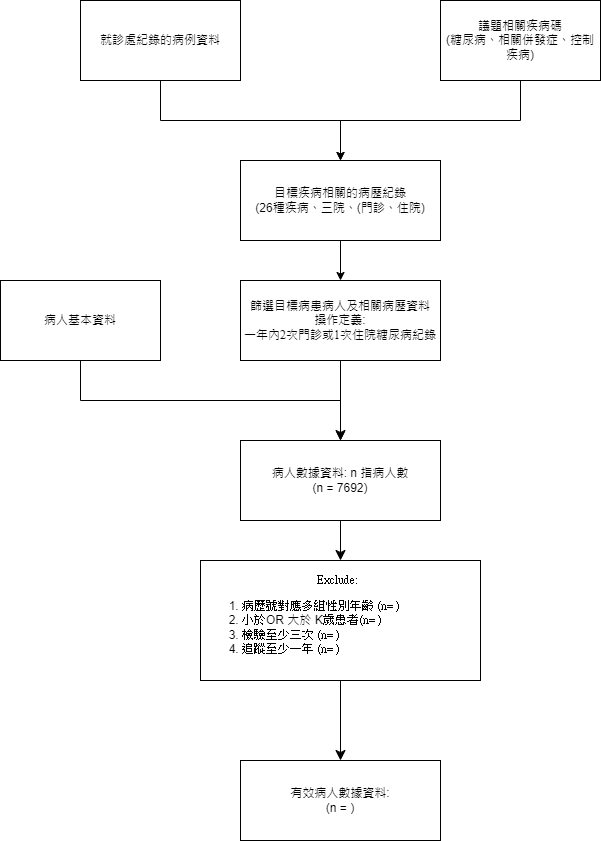
This is 分析/get_data.drawio.png from VinceOY/Disease_analysis, a draw.io export, as it was before one commit. Source tidied: cells renumbered, new cells last; positions are measured from the earlier drawing's top-left corner, leaving out a move shared by most shapes.
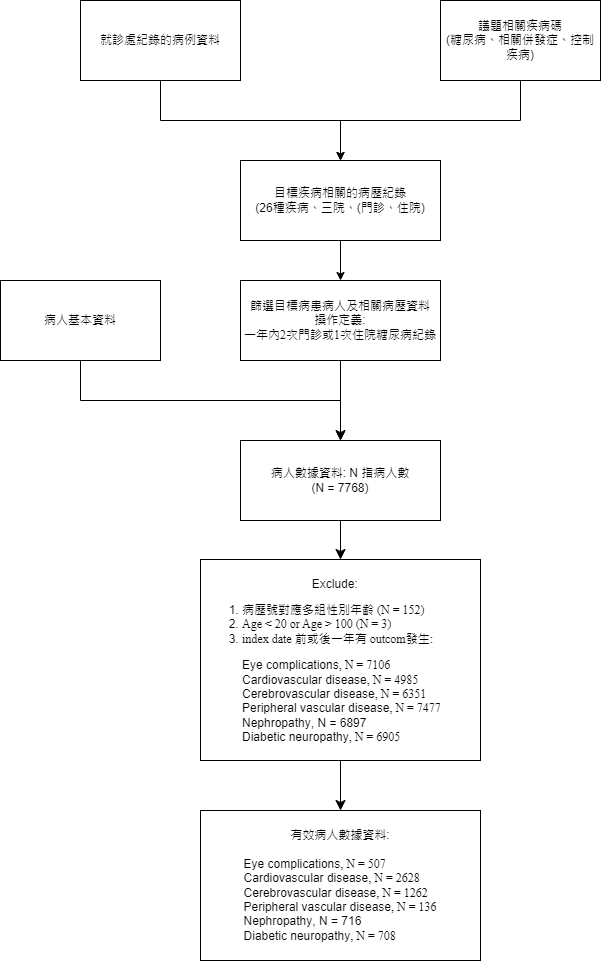
Later version of the same file.

The edit, as a diff of the source:
```diff
@@ -17,7 +17,7 @@
     <mxCell id="6" style="edgeStyle=none;curved=1;rounded=0;jettySize=auto;html=1;entryX=0.5;entryY=0;entryDx=0;entryDy=0;fontSize=12;startSize=8;endSize=8;" parent="1" edge="1" source="7" target="16">
       <mxGeometry relative="1" as="geometry" />
     </mxCell>
-    <mxCell id="7" value="病人數據資料: n 指病人數&lt;div&gt;(n = 7692)&lt;/div&gt;" style="rounded=0;whiteSpace=wrap;html=1;" parent="1" vertex="1">
+    <mxCell id="7" value="病人數據資料: N 指病人數&lt;div&gt;(N = 7768)&lt;/div&gt;" style="rounded=0;whiteSpace=wrap;html=1;" parent="1" vertex="1">
       <mxGeometry x="240" y="440" width="200" height="80" as="geometry" />
     </mxCell>
     <mxCell id="8" style="edgeStyle=orthogonalEdgeStyle;rounded=0;jettySize=auto;html=1;entryX=0.5;entryY=0;entryDx=0;entryDy=0;" parent="1" edge="1" source="9" target="5">
@@ -65,11 +65,11 @@
     <mxCell id="15" style="edgeStyle=none;curved=1;rounded=0;jettySize=auto;html=1;fontSize=12;startSize=8;endSize=8;" parent="1" edge="1" source="16" target="17">
       <mxGeometry relative="1" as="geometry" />
     </mxCell>
-    <mxCell id="16" value="&lt;div style=&quot;text-align: center;&quot;&gt;&lt;span style=&quot;font-family: 新細明體, serif; background-color: initial;&quot;&gt;&lt;span style=&quot;white-space: pre;&quot;&gt;&#9;&lt;/span&gt;&lt;span style=&quot;white-space: pre;&quot;&gt;&#9;&lt;/span&gt;&lt;span style=&quot;white-space: pre;&quot;&gt;&#9;&lt;/span&gt;Exclude:&lt;/span&gt;&lt;br&gt;&lt;/div&gt;&lt;div style=&quot;&quot;&gt;&lt;ol&gt;&lt;li&gt;&lt;span style=&quot;background-color: initial; font-family: 新細明體, serif; text-indent: -18pt;&quot;&gt;病歷號對應多組性別年齡 (n= )&lt;/span&gt;&lt;/li&gt;&lt;li&gt;&lt;span style=&quot;text-indent: -18pt; background-color: initial; font-family: 新細明體, serif;&quot;&gt;小於&lt;/span&gt;&lt;span style=&quot;text-indent: -18pt; background-color: initial;&quot;&gt;OR &lt;/span&gt;&lt;span style=&quot;text-indent: -18pt; background-color: initial;&quot;&gt;大於&lt;/span&gt;&lt;span style=&quot;text-indent: -18pt; background-color: initial;&quot;&gt; K&lt;/span&gt;&lt;span style=&quot;text-indent: -18pt; background-color: initial; font-family: 新細明體, serif;&quot;&gt;歲患者&amp;nbsp;&lt;/span&gt;&lt;span style=&quot;font-family: 新細明體, serif; text-indent: -24px;&quot;&gt;(n= )&lt;/span&gt;&lt;/li&gt;&lt;li&gt;&lt;span style=&quot;font-family: 新細明體, serif; text-indent: -18pt; background-color: initial;&quot;&gt;檢驗至少三次&amp;nbsp; &amp;nbsp;&amp;nbsp;&lt;/span&gt;&lt;span style=&quot;font-family: 新細明體, serif; text-indent: -24px;&quot;&gt;(n= )&lt;/span&gt;&lt;/li&gt;&lt;li&gt;&lt;span style=&quot;font-family: 新細明體, serif; text-indent: -18pt; background-color: initial;&quot;&gt;追蹤至少一年&amp;nbsp; &amp;nbsp;&lt;/span&gt;&lt;span style=&quot;font-family: 新細明體, serif; text-indent: -24px;&quot;&gt;(n= )&lt;/span&gt;&lt;/li&gt;&lt;/ol&gt;&lt;/div&gt;" style="rounded=0;whiteSpace=wrap;html=1;align=left;" parent="1" vertex="1">
-      <mxGeometry x="200" y="560" width="280" height="120" as="geometry" />
+    <mxCell id="16" value="&lt;div style=&quot;text-align: center;&quot;&gt;&lt;font face=&quot;Helvetica&quot;&gt;&lt;span style=&quot;background-color: initial;&quot;&gt;&lt;span style=&quot;white-space: pre;&quot;&gt;&#9;&lt;/span&gt;Exclude:&lt;/span&gt;&lt;br&gt;&lt;/font&gt;&lt;/div&gt;&lt;div style=&quot;&quot;&gt;&lt;ol&gt;&lt;li&gt;&lt;span style=&quot;background-color: initial; text-indent: -18pt;&quot;&gt;&lt;font face=&quot;oNGR1jl8YvlmxtVdkNMe&quot;&gt;病歷號對應多組性別年齡 (N = 152)&lt;/font&gt;&lt;/span&gt;&lt;/li&gt;&lt;li&gt;&lt;font face=&quot;oNGR1jl8YvlmxtVdkNMe&quot;&gt;Age &amp;lt; 20 or Age &amp;gt; 100 (N = 3)&lt;/font&gt;&lt;/li&gt;&lt;li&gt;&lt;font face=&quot;oNGR1jl8YvlmxtVdkNMe&quot;&gt;index date 前或後一年有 outcom發生:&lt;/font&gt;&lt;/li&gt;&lt;/ol&gt;&lt;/div&gt;&lt;blockquote style=&quot;margin: 0 0 0 40px; border: none; padding: 0px;&quot;&gt;&lt;div style=&quot;&quot;&gt;&lt;span style=&quot;text-align: center; background-color: initial;&quot;&gt;Eye complications&lt;/span&gt;&lt;span style=&quot;background-color: initial;&quot;&gt;&lt;font face=&quot;oNGR1jl8YvlmxtVdkNMe&quot;&gt;, N = 7106&lt;/font&gt;&lt;/span&gt;&lt;/div&gt;&lt;div style=&quot;&quot;&gt;&lt;span style=&quot;text-align: center; background-color: initial;&quot;&gt;Cardiovascular&amp;nbsp;disease&lt;/span&gt;&lt;span style=&quot;background-color: initial;&quot;&gt;&lt;font face=&quot;oNGR1jl8YvlmxtVdkNMe&quot;&gt;, N = 4985&lt;/font&gt;&lt;/span&gt;&lt;/div&gt;&lt;div style=&quot;&quot;&gt;&lt;span style=&quot;text-align: center; background-color: initial;&quot;&gt;Cerebrovascular&amp;nbsp;disease&lt;/span&gt;&lt;span style=&quot;background-color: initial;&quot;&gt;&lt;font face=&quot;oNGR1jl8YvlmxtVdkNMe&quot;&gt;, N = 6351&lt;/font&gt;&lt;/span&gt;&lt;/div&gt;&lt;div style=&quot;&quot;&gt;&lt;span style=&quot;text-align: center; background-color: initial;&quot;&gt;Peripheral&amp;nbsp;vascular disease&lt;/span&gt;&lt;span style=&quot;background-color: initial;&quot;&gt;&lt;font face=&quot;oNGR1jl8YvlmxtVdkNMe&quot;&gt;, N = 7477&lt;/font&gt;&lt;/span&gt;&lt;/div&gt;&lt;font style=&quot;font-size: 12px;&quot; face=&quot;Helvetica&quot;&gt;&lt;span style=&quot;&quot; lang=&quot;EN-US&quot;&gt;Nephropathy&lt;/span&gt;&lt;span style=&quot;background-color: initial;&quot;&gt;, N = 6897&lt;/span&gt;&lt;/font&gt;&lt;div style=&quot;&quot;&gt;&lt;span style=&quot;text-align: center; background-color: initial;&quot;&gt;Diabetic&amp;nbsp;neuropathy&lt;/span&gt;&lt;span style=&quot;background-color: initial;&quot;&gt;&lt;font face=&quot;oNGR1jl8YvlmxtVdkNMe&quot;&gt;, N = 6905&lt;/font&gt;&lt;/span&gt;&lt;/div&gt;&lt;/blockquote&gt;" style="rounded=0;whiteSpace=wrap;html=1;align=left;" parent="1" vertex="1">
+      <mxGeometry x="200" y="559" width="280" height="201" as="geometry" />
     </mxCell>
-    <mxCell id="17" value="有效病人數據資料:&lt;div&gt;(n = )&lt;/div&gt;" style="rounded=0;whiteSpace=wrap;html=1;" parent="1" vertex="1">
-      <mxGeometry x="240" y="760" width="200" height="80" as="geometry" />
+    <mxCell id="17" value="有效病人數據資料:&lt;div&gt;&lt;div&gt;&lt;span style=&quot;background-color: initial; text-align: left;&quot;&gt;&lt;br&gt;&lt;/span&gt;&lt;/div&gt;&lt;div&gt;&lt;div style=&quot;text-align: left;&quot;&gt;&lt;span style=&quot;background-color: initial;&quot;&gt;Eye complications&lt;/span&gt;&lt;span style=&quot;background-color: initial; text-align: left;&quot;&gt;&lt;font face=&quot;oNGR1jl8YvlmxtVdkNMe&quot;&gt;, N = 507&lt;/font&gt;&lt;/span&gt;&lt;/div&gt;&lt;div&gt;&lt;div style=&quot;text-align: left;&quot;&gt;&lt;span style=&quot;text-align: center; background-color: initial;&quot;&gt;Cardiovascular&amp;nbsp;disease&lt;/span&gt;&lt;span style=&quot;background-color: initial;&quot;&gt;&lt;font face=&quot;oNGR1jl8YvlmxtVdkNMe&quot;&gt;, N = 2628&lt;/font&gt;&lt;/span&gt;&lt;/div&gt;&lt;div style=&quot;text-align: left;&quot;&gt;&lt;span style=&quot;text-align: center; background-color: initial;&quot;&gt;Cerebrovascular&amp;nbsp;disease&lt;/span&gt;&lt;span style=&quot;background-color: initial;&quot;&gt;&lt;font face=&quot;oNGR1jl8YvlmxtVdkNMe&quot;&gt;, N = 1262&lt;/font&gt;&lt;/span&gt;&lt;/div&gt;&lt;div style=&quot;text-align: left;&quot;&gt;&lt;span style=&quot;text-align: center; background-color: initial;&quot;&gt;Peripheral&amp;nbsp;vascular disease&lt;/span&gt;&lt;span style=&quot;background-color: initial;&quot;&gt;&lt;font face=&quot;oNGR1jl8YvlmxtVdkNMe&quot;&gt;, N = 136&lt;/font&gt;&lt;/span&gt;&lt;/div&gt;&lt;div style=&quot;text-align: left;&quot;&gt;&lt;span style=&quot;background-color: initial;&quot; lang=&quot;EN-US&quot;&gt;Nephropathy&lt;/span&gt;&lt;span style=&quot;background-color: initial;&quot;&gt;, N = 716&lt;/span&gt;&lt;/div&gt;&lt;div style=&quot;text-align: left;&quot;&gt;&lt;span style=&quot;text-align: center; background-color: initial;&quot;&gt;Diabetic&amp;nbsp;neuropathy&lt;/span&gt;&lt;span style=&quot;background-color: initial;&quot;&gt;&lt;font face=&quot;oNGR1jl8YvlmxtVdkNMe&quot;&gt;, N = 708&lt;/font&gt;&lt;/span&gt;&lt;/div&gt;&lt;/div&gt;&lt;/div&gt;&lt;/div&gt;" style="rounded=0;whiteSpace=wrap;html=1;" parent="1" vertex="1">
+      <mxGeometry x="200" y="810" width="280" height="150" as="geometry" />
     </mxCell>
   </root>
 </mxGraphModel>
```
